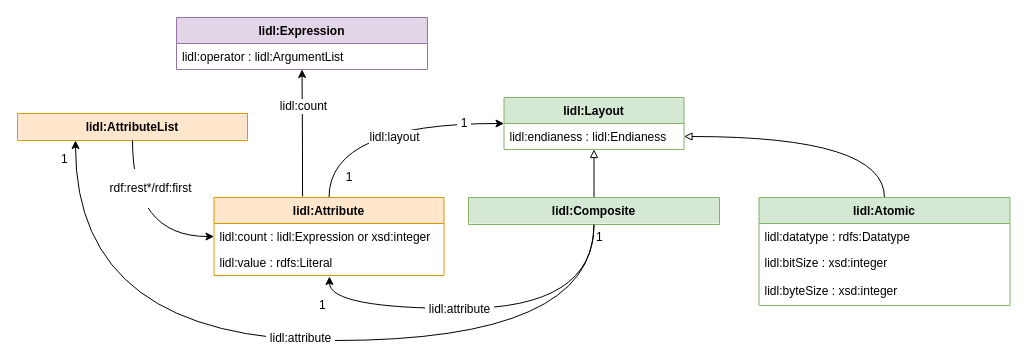
This is page "LDL" (3 of 4) of assets/images/lidl.drawio from linkeddatalayouts/linkeddatalayouts.github.io, a draw.io file, before an edit. Source tidied: cells renumbered, new cells numbered last; positions are measured from the earlier drawing's top-left corner, leaving out a move shared by most shapes. Both pictures are drawn from the tidied source at 100%, with x=0, y=0 at pixel (17, 17).
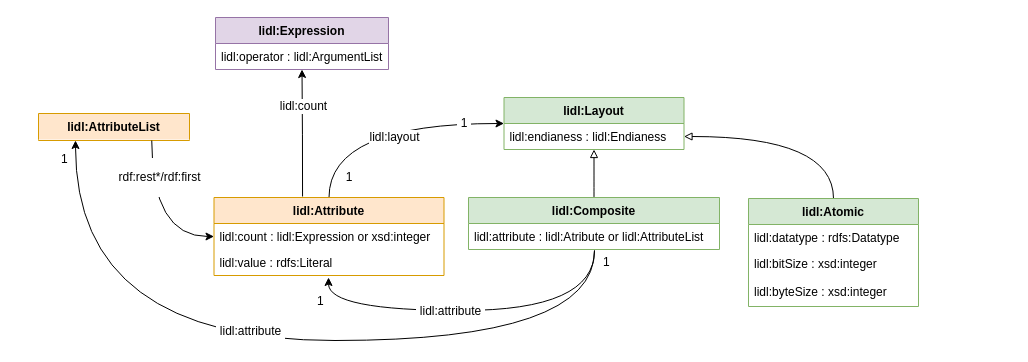
Above is the later version.

Unchanged cells that the change refers to:
```xml
<mxCell id="15" value="lidl:count : lidl:Expression or xsd:integer" style="text;strokeColor=none;fillColor=none;align=left;verticalAlign=top;spacingLeft=4;spacingRight=4;overflow=hidden;points=[[0,0.5],[1,0.5]];portConstraint=eastwest;rounded=1;" parent="14" vertex="1">
  <mxGeometry y="26" width="230" height="26" as="geometry" />
</mxCell>
<mxCell id="16" value="lidl:value : rdfs:Literal" style="text;strokeColor=none;fillColor=none;align=left;verticalAlign=top;spacingLeft=4;spacingRight=4;overflow=hidden;points=[[0,0.5],[1,0.5]];portConstraint=eastwest;rounded=1;" parent="14" vertex="1">
  <mxGeometry y="52" width="230" height="26" as="geometry" />
</mxCell>
```

Diff of the diagram source:
```diff
@@
     <mxCell id="6" value="lidl:Atomic" style="swimlane;fontStyle=1;horizontal=1;startSize=26;fillColor=#d5e8d4;rounded=0;shadow=0;comic=0;glass=0;strokeColor=#82b366;" parent="1" vertex="1">
-      <mxGeometry x="741.5" y="180" width="251" height="108" as="geometry" />
+      <mxGeometry x="731" y="181" width="170" height="108" as="geometry" />
     </mxCell>
     <mxCell id="7" value="lidl:datatype : rdfs:Datatype" style="text;strokeColor=none;fillColor=none;align=left;verticalAlign=top;spacingLeft=4;spacingRight=4;overflow=hidden;rounded=1;" parent="6" vertex="1">
-      <mxGeometry y="26" width="251" height="26" as="geometry" />
+      <mxGeometry y="26" width="170" height="26" as="geometry" />
     </mxCell>
     <mxCell id="8" value="lidl:bitSize : xsd:integer" style="text;strokeColor=none;fillColor=none;align=left;verticalAlign=top;spacingLeft=4;spacingRight=4;overflow=hidden;rounded=1;" parent="6" vertex="1">
-      <mxGeometry y="52" width="251" height="28" as="geometry" />
+      <mxGeometry y="52" width="170" height="28" as="geometry" />
     </mxCell>
     <mxCell id="9" value="lidl:byteSize : xsd:integer" style="text;strokeColor=none;fillColor=none;align=left;verticalAlign=top;spacingLeft=4;spacingRight=4;overflow=hidden;rounded=1;" parent="6" vertex="1">
-      <mxGeometry y="80" width="251" height="28" as="geometry" />
+      <mxGeometry y="80" width="170" height="28" as="geometry" />
     </mxCell>
@@
-    <mxCell id="17" style="edgeStyle=orthogonalEdgeStyle;curved=1;rounded=0;jettySize=auto;html=1;exitX=0.5;exitY=1;exitDx=0;exitDy=0;endArrow=classic;endFill=1;entryX=0.502;entryY=1.038;entryDx=0;entryDy=0;entryPerimeter=0;" parent="1" edge="1" source="24" target="16">
+    <mxCell id="17" style="edgeStyle=orthogonalEdgeStyle;curved=1;rounded=0;jettySize=auto;html=1;endArrow=classic;endFill=1;entryX=0.498;entryY=1.077;entryDx=0;entryDy=0;entryPerimeter=0;exitX=0.502;exitY=1.038;exitDx=0;exitDy=0;exitPerimeter=0;" parent="1" edge="1" source="32" target="16">
       <mxGeometry relative="1" as="geometry">
         <Array as="points">
-          <mxPoint x="577" y="291" />
-          <mxPoint x="312" y="291" />
+          <mxPoint x="577" y="293" />
+          <mxPoint x="311" y="293" />
         </Array>
       </mxGeometry>
     </mxCell>
@@
     <mxCell id="19" value="&lt;span style=&quot;background-color: rgb(255 , 255 , 255)&quot;&gt;&lt;br&gt;1&amp;nbsp;&lt;br&gt;&lt;br&gt;&lt;/span&gt;" style="text;html=1;strokeColor=none;fillColor=none;align=center;verticalAlign=middle;whiteSpace=wrap;rounded=0;shadow=0;glass=0;comic=0;" parent="1" vertex="1">
-      <mxGeometry x="286.5" y="278" width="40" height="20" as="geometry" />
+      <mxGeometry x="284.5" y="274" width="40" height="20" as="geometry" />
     </mxCell>
@@
     <mxCell id="22" value="lidl:Expression" style="swimlane;fontStyle=1;horizontal=1;startSize=26;fillColor=#e1d5e7;rounded=0;shadow=0;comic=0;glass=0;strokeColor=#9673a6;" parent="1" vertex="1">
-      <mxGeometry x="159" width="251" height="52" as="geometry" />
+      <mxGeometry x="198" width="173" height="52" as="geometry" />
     </mxCell>
     <mxCell id="23" value="lidl:operator : lidl:ArgumentList" style="text;strokeColor=none;fillColor=none;align=left;verticalAlign=top;spacingLeft=4;spacingRight=4;overflow=hidden;rounded=1;" parent="22" vertex="1">
-      <mxGeometry y="26" width="251" height="26" as="geometry" />
+      <mxGeometry y="26" width="173" height="26" as="geometry" />
     </mxCell>
-    <mxCell id="24" value="lidl:Composite" style="swimlane;fontStyle=1;horizontal=1;startSize=26;fillColor=#d5e8d4;rounded=0;shadow=0;comic=0;glass=0;strokeColor=#82b366;swimlaneLine=0;" parent="1" vertex="1">
-      <mxGeometry x="451" y="180" width="251" height="27" as="geometry" />
-    </mxCell>
     <mxCell id="25" value="lidl:AttributeList" style="swimlane;fontStyle=1;horizontal=1;startSize=26;fillColor=#ffe6cc;rounded=0;shadow=0;comic=0;glass=0;strokeColor=#d79b00;swimlaneLine=0;" parent="1" vertex="1">
-      <mxGeometry y="96" width="230" height="27" as="geometry" />
+      <mxGeometry x="21" y="96" width="151" height="27" as="geometry" />
     </mxCell>
-    <mxCell id="26" style="edgeStyle=orthogonalEdgeStyle;curved=1;rounded=0;jettySize=auto;html=1;exitX=0.5;exitY=1;exitDx=0;exitDy=0;entryX=0;entryY=0.5;entryDx=0;entryDy=0;startArrow=none;startFill=0;endArrow=classic;endFill=1;strokeWidth=1;" parent="1" edge="1" source="25" target="15">
+    <mxCell id="26" style="edgeStyle=orthogonalEdgeStyle;curved=1;rounded=0;jettySize=auto;html=1;exitX=0.75;exitY=1;exitDx=0;exitDy=0;entryX=0;entryY=0.5;entryDx=0;entryDy=0;startArrow=none;startFill=0;endArrow=classic;endFill=1;strokeWidth=1;" parent="1" edge="1" source="25" target="15">
       <mxGeometry relative="1" as="geometry" />
     </mxCell>
     <mxCell id="27" value="&lt;pre&gt;&lt;font face=&quot;Helvetica&quot;&gt;rdf:rest*/rdf:first&lt;/font&gt;&lt;/pre&gt;" style="text;html=1;align=center;verticalAlign=middle;labelBackgroundColor=#ffffff;" parent="26" vertex="1">
       <mxGeometry x="-0.19" y="1" relative="1" as="geometry">
-        <mxPoint x="16" y="-25" as="offset" />
+        <mxPoint x="6" y="-27" as="offset" />
       </mxGeometry>
     </mxCell>
-    <mxCell id="28" style="edgeStyle=orthogonalEdgeStyle;curved=1;rounded=0;jettySize=auto;html=1;exitX=0.5;exitY=1;exitDx=0;exitDy=0;endArrow=classic;endFill=1;" parent="1" edge="1" source="24">
+    <mxCell id="28" style="edgeStyle=orthogonalEdgeStyle;curved=1;rounded=0;orthogonalLoop=1;jettySize=auto;html=1;endArrow=classic;endFill=1;" parent="1" edge="1">
       <mxGeometry relative="1" as="geometry">
+        <mxPoint x="577" y="233" as="sourcePoint" />
         <mxPoint x="58" y="123" as="targetPoint" />
         <Array as="points">
           <mxPoint x="577" y="323" />
           <mxPoint x="58" y="323" />
         </Array>
       </mxGeometry>
     </mxCell>
     <mxCell id="29" value="&lt;span&gt;&amp;nbsp;lidl:attribute&amp;nbsp;&lt;/span&gt;" style="text;html=1;align=center;verticalAlign=middle;labelBackgroundColor=#ffffff;" parent="28" vertex="1">
       <mxGeometry x="0.28" y="-10" relative="1" as="geometry">
-        <mxPoint x="124" y="7" as="offset" />
+        <mxPoint x="83" as="offset" />
       </mxGeometry>
     </mxCell>
     <mxCell id="30" value="&lt;span style=&quot;background-color: rgb(255 , 255 , 255)&quot;&gt;&lt;br&gt;1&amp;nbsp;&lt;br&gt;&lt;br&gt;&lt;/span&gt;" style="text;html=1;strokeColor=none;fillColor=none;align=center;verticalAlign=middle;whiteSpace=wrap;rounded=0;shadow=0;glass=0;comic=0;" parent="1" vertex="1">
-      <mxGeometry x="564" y="209.5" width="40" height="20" as="geometry" />
+      <mxGeometry x="571" y="235" width="40" height="20" as="geometry" />
     </mxCell>
@@
+    <mxCell id="24" value="lidl:Composite" style="swimlane;fontStyle=1;horizontal=1;startSize=26;fillColor=#d5e8d4;rounded=0;shadow=0;comic=0;glass=0;strokeColor=#82b366;" parent="1" vertex="1">
+      <mxGeometry x="451" y="180" width="251" height="52" as="geometry" />
+    </mxCell>
+    <mxCell id="32" value="lidl:attribute : lidl:Atribute or lidl:AttributeList" style="text;strokeColor=none;fillColor=none;align=left;verticalAlign=top;spacingLeft=4;spacingRight=4;overflow=hidden;points=[[0,0.5],[1,0.5]];portConstraint=eastwest;rounded=1;" parent="24" vertex="1">
+      <mxGeometry y="26" width="251" height="26" as="geometry" />
+    </mxCell>
```
